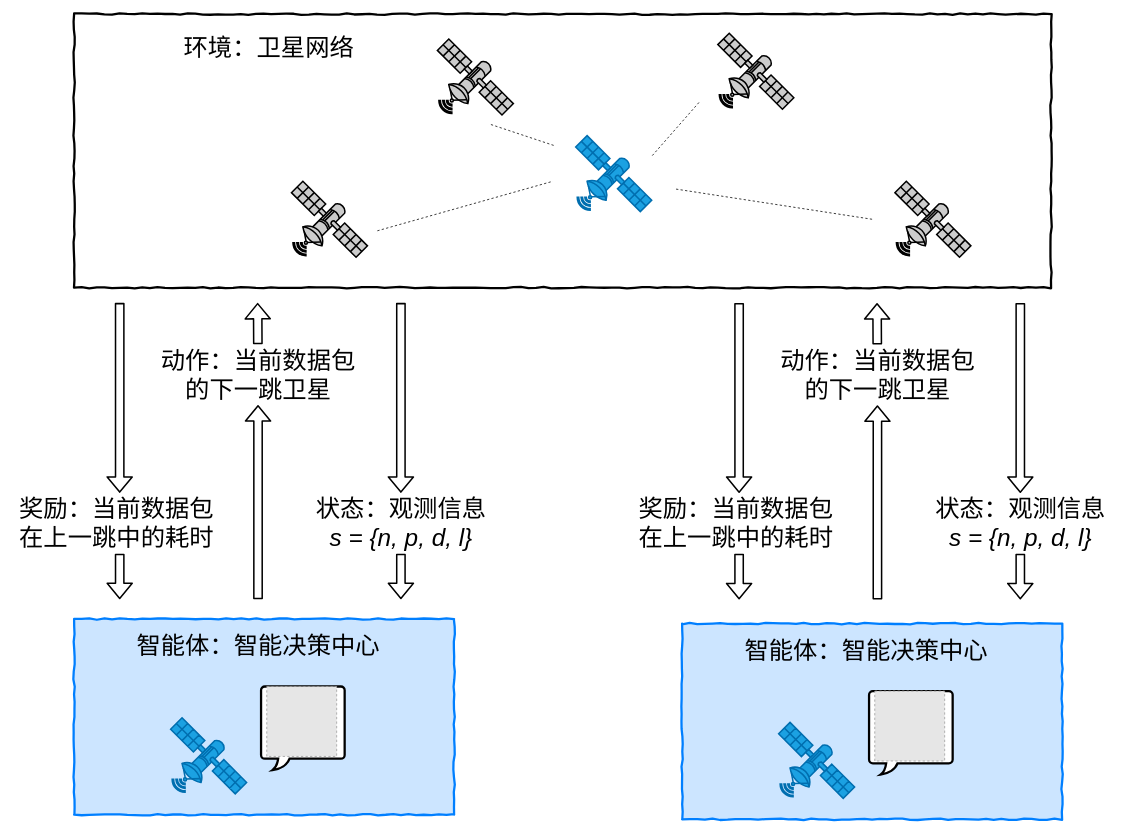
Earlier version of the draw.io diagram page "算法2RL" (15 of 16) of drawio.drawio (peachhhhh/satellite). Source tidied: cells renumbered, new cells numbered last; positions are measured from the earlier drawing's top-left corner, leaving out a move shared by most shapes. Both pictures are drawn from the tidied source at 76%, with x=0, y=0 at pixel (13, 14). Pictures stored in the file or linked from it are replaced by grey dashed boxes.
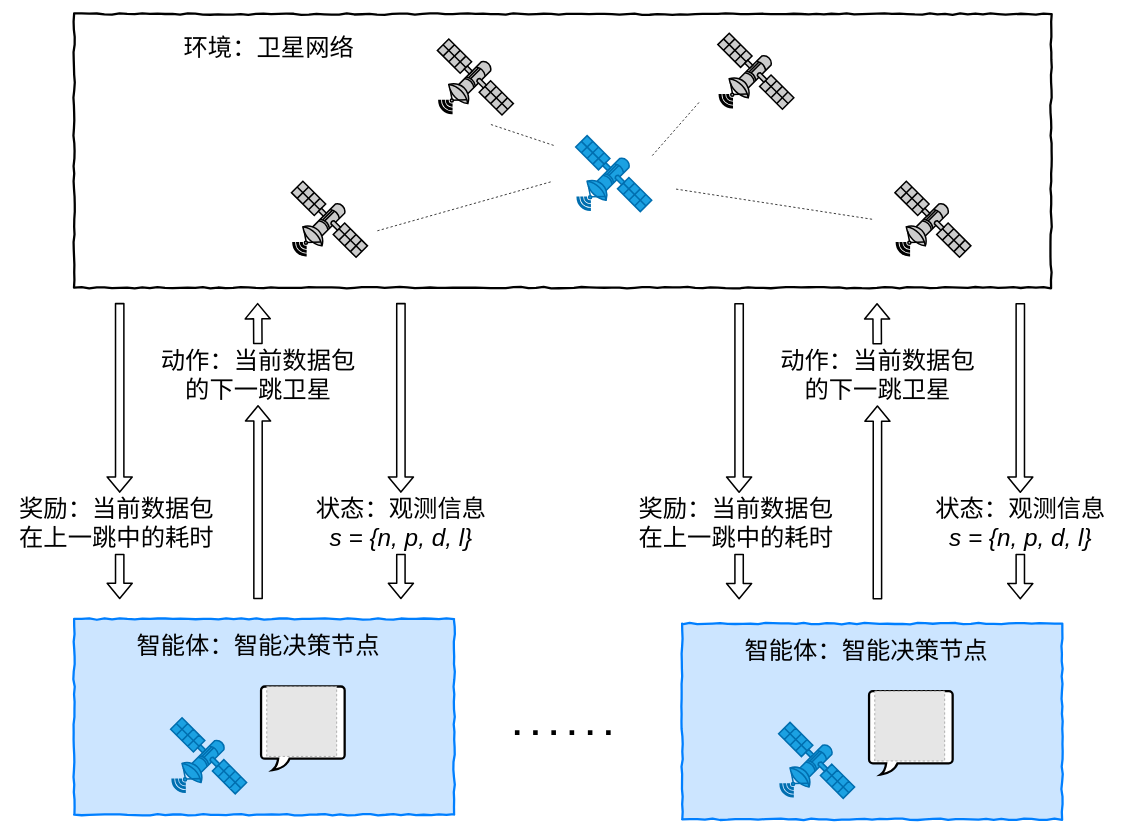
The same page after the edit.

Diff of the diagram source:
```diff
@@
-    <mxCell id="16" value="&lt;div style=&quot;font-size: 32px&quot;&gt;&lt;span style=&quot;font-style: normal&quot;&gt;智能体：智能决策中心&lt;/span&gt;&lt;br&gt;&lt;/div&gt;" style="text;html=1;align=center;verticalAlign=middle;fontSize=32;fontColor=#000000;fontStyle=2;" parent="1" vertex="1">
+    <mxCell id="16" value="&lt;div style=&quot;font-size: 32px&quot;&gt;&lt;span style=&quot;font-style: normal&quot;&gt;智能体：智能决策节点&lt;/span&gt;&lt;br&gt;&lt;/div&gt;" style="text;html=1;align=center;verticalAlign=middle;fontSize=32;fontColor=#000000;fontStyle=2;" parent="1" vertex="1">
       <mxGeometry x="152" y="812.2" width="340" height="40" as="geometry" />
     </mxCell>
@@
-    <mxCell id="21" value="&lt;div style=&quot;font-size: 32px&quot;&gt;&lt;span style=&quot;font-style: normal&quot;&gt;智能体：智能决策中心&lt;/span&gt;&lt;br&gt;&lt;/div&gt;" style="text;html=1;align=center;verticalAlign=middle;fontSize=32;fontColor=#000000;fontStyle=2;" parent="1" vertex="1">
+    <mxCell id="21" value="&lt;div style=&quot;font-size: 32px&quot;&gt;&lt;span style=&quot;font-style: normal&quot;&gt;智能体：智能决策节点&lt;/span&gt;&lt;br&gt;&lt;/div&gt;" style="text;html=1;align=center;verticalAlign=middle;fontSize=32;fontColor=#000000;fontStyle=2;" parent="1" vertex="1">
       <mxGeometry x="952" y="818.2" width="340" height="40" as="geometry" />
     </mxCell>
@@
+    <mxCell id="41" style="endArrow=none;dashed=1;html=1;dashPattern=1 3;strokeWidth=6;" parent="1" edge="1">
+      <mxGeometry relative="1" as="geometry">
+        <mxPoint x="660" y="945.5" as="sourcePoint" />
+        <mxPoint x="800" y="945.5" as="targetPoint" />
+      </mxGeometry>
+    </mxCell>
```
